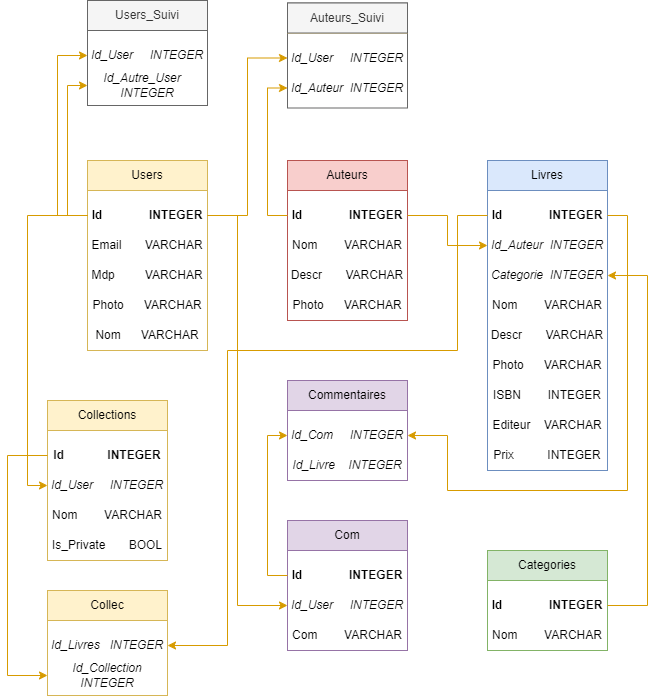
Yann-Fournier/BDD_Projet_Final_B2 keeps this draw.io diagram as Diagramme_BDD_Biblio.png. Above is the earlier version. Source tidied: cells renumbered, new cells last; positions are measured from the earlier drawing's top-left corner, leaving out a move shared by most shapes.
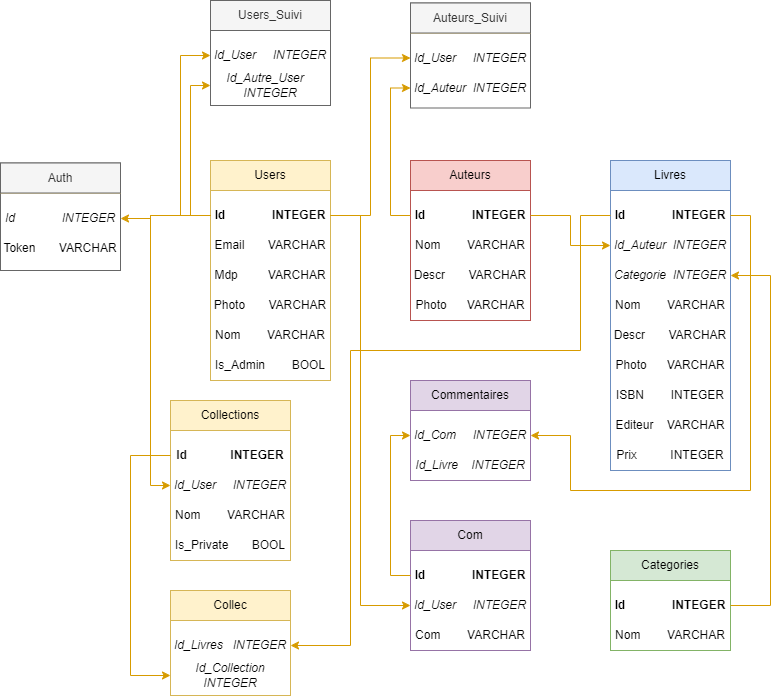
Later version of the same file.

Commit message:
add table auth MCD

The edit, as a diff of the source:
```diff
@@ -3,7 +3,7 @@
     <mxCell id="0" />
     <mxCell id="1" parent="0" />
     <mxCell id="2" style="rounded=0;whiteSpace=wrap;html=1;fillColor=default;strokeColor=#d6b656;" parent="1" vertex="1">
-      <mxGeometry x="80" y="160" width="120" height="190" as="geometry" />
+      <mxGeometry x="80" y="160" width="120" height="220" as="geometry" />
     </mxCell>
     <mxCell id="3" style="endArrow=none;html=1;rounded=0;entryX=0;entryY=0.25;entryDx=0;entryDy=0;exitX=1;exitY=0.25;exitDx=0;exitDy=0;fillColor=#fff2cc;strokeColor=#d6b656;" parent="1" edge="1">
       <mxGeometry relative="1" as="geometry">
@@ -42,13 +42,26 @@
         </Array>
       </mxGeometry>
     </mxCell>
+    <mxCell id="79" style="edgeStyle=orthogonalEdgeStyle;rounded=0;jettySize=auto;html=1;exitX=0;exitY=0.5;exitDx=0;exitDy=0;" parent="1" edge="1" source="11">
+      <mxGeometry relative="1" as="geometry">
+        <mxPoint x="80.1" y="215.3" as="targetPoint" />
+      </mxGeometry>
+    </mxCell>
+    <mxCell id="80" style="edgeStyle=orthogonalEdgeStyle;rounded=0;jettySize=auto;html=1;exitX=0;exitY=0.5;exitDx=0;exitDy=0;fillColor=#ffe6cc;strokeColor=#d79b00;" parent="1" edge="1" source="11" target="86">
+      <mxGeometry relative="1" as="geometry">
+        <Array as="points">
+          <mxPoint x="20" y="215" />
+          <mxPoint x="20" y="218" />
+        </Array>
+      </mxGeometry>
+    </mxCell>
     <mxCell id="11" value="&lt;b&gt;Id&amp;nbsp; &amp;nbsp; &amp;nbsp; &amp;nbsp; &amp;nbsp; &amp;nbsp; &amp;nbsp; INTEGER&lt;/b&gt;" style="text;html=1;align=center;verticalAlign=middle;whiteSpace=wrap;rounded=0;fillColor=none;" parent="1" vertex="1">
       <mxGeometry x="80" y="200" width="120" height="30" as="geometry" />
     </mxCell>
     <mxCell id="12" value="Mdp&amp;nbsp; &amp;nbsp; &amp;nbsp; &amp;nbsp; &amp;nbsp;VARCHAR" style="text;html=1;align=center;verticalAlign=middle;whiteSpace=wrap;rounded=0;" parent="1" vertex="1">
       <mxGeometry x="80" y="260" width="120" height="30" as="geometry" />
     </mxCell>
-    <mxCell id="13" value="Photo&amp;nbsp; &amp;nbsp; &amp;nbsp; VARCHAR" style="text;html=1;align=center;verticalAlign=middle;whiteSpace=wrap;rounded=0;" parent="1" vertex="1">
+    <mxCell id="13" value="Photo&amp;nbsp; &amp;nbsp; &amp;nbsp; &amp;nbsp;VARCHAR" style="text;html=1;align=center;verticalAlign=middle;whiteSpace=wrap;rounded=0;" parent="1" vertex="1">
       <mxGeometry x="80" y="290" width="120" height="30" as="geometry" />
     </mxCell>
     <mxCell id="14" style="rounded=0;whiteSpace=wrap;html=1;fillColor=default;strokeColor=#b85450;" parent="1" vertex="1">
@@ -81,7 +94,7 @@
     <mxCell id="22" value="Photo&amp;nbsp; &amp;nbsp; &amp;nbsp; VARCHAR" style="text;html=1;align=center;verticalAlign=middle;whiteSpace=wrap;rounded=0;" parent="1" vertex="1">
       <mxGeometry x="280" y="290" width="120" height="30" as="geometry" />
     </mxCell>
-    <mxCell id="23" value="Nom&amp;nbsp; &amp;nbsp; &amp;nbsp; VARCHAR" style="text;html=1;align=center;verticalAlign=middle;whiteSpace=wrap;rounded=0;" parent="1" vertex="1">
+    <mxCell id="23" value="Nom&amp;nbsp; &amp;nbsp; &amp;nbsp; &amp;nbsp; VARCHAR" style="text;html=1;align=center;verticalAlign=middle;whiteSpace=wrap;rounded=0;" parent="1" vertex="1">
       <mxGeometry x="80" y="320" width="120" height="30" as="geometry" />
     </mxCell>
     <mxCell id="24" style="rounded=0;whiteSpace=wrap;html=1;fillColor=default;strokeColor=#6c8ebf;" parent="1" vertex="1">
@@ -297,5 +310,26 @@
     <mxCell id="78" value="Is_Private&amp;nbsp; &amp;nbsp; &amp;nbsp; &amp;nbsp;BOOL" style="text;html=1;align=center;verticalAlign=middle;whiteSpace=wrap;rounded=0;" parent="1" vertex="1">
       <mxGeometry x="40" y="530" width="120" height="30" as="geometry" />
     </mxCell>
+    <mxCell id="81" value="Is_Admin&amp;nbsp; &amp;nbsp; &amp;nbsp; &amp;nbsp; BOOL" style="text;html=1;align=center;verticalAlign=middle;whiteSpace=wrap;rounded=0;" parent="1" vertex="1">
+      <mxGeometry x="80" y="350" width="120" height="30" as="geometry" />
+    </mxCell>
+    <mxCell id="82" style="rounded=0;whiteSpace=wrap;html=1;fillColor=default;strokeColor=#666666;fontColor=#333333;" parent="1" vertex="1">
+      <mxGeometry x="-130" y="162.5" width="120" height="107.5" as="geometry" />
+    </mxCell>
+    <mxCell id="83" style="endArrow=none;html=1;rounded=0;entryX=0;entryY=0.25;entryDx=0;entryDy=0;exitX=1;exitY=0.25;exitDx=0;exitDy=0;fillColor=#fff2cc;strokeColor=#d6b656;" parent="1" edge="1">
+      <mxGeometry relative="1" as="geometry">
+        <mxPoint x="-10" y="192.5" as="sourcePoint" />
+        <mxPoint x="-130" y="192.5" as="targetPoint" />
+      </mxGeometry>
+    </mxCell>
+    <mxCell id="84" value="Auth" style="text;html=1;align=center;verticalAlign=middle;whiteSpace=wrap;rounded=0;fillColor=#f5f5f5;strokeColor=#666666;fontColor=#333333;" parent="1" vertex="1">
+      <mxGeometry x="-130" y="162.5" width="120" height="30" as="geometry" />
+    </mxCell>
+    <mxCell id="85" value="Token&amp;nbsp; &amp;nbsp; &amp;nbsp; &amp;nbsp;VARCHAR" style="text;html=1;align=center;verticalAlign=middle;whiteSpace=wrap;rounded=0;" parent="1" vertex="1">
+      <mxGeometry x="-130" y="232.5" width="120" height="30" as="geometry" />
+    </mxCell>
+    <mxCell id="86" value="&lt;i&gt;Id&amp;nbsp; &amp;nbsp; &amp;nbsp; &amp;nbsp; &amp;nbsp; &amp;nbsp; &amp;nbsp; INTEGER&lt;/i&gt;" style="text;html=1;align=center;verticalAlign=middle;whiteSpace=wrap;rounded=0;fillColor=none;" parent="1" vertex="1">
+      <mxGeometry x="-130" y="202.5" width="120" height="30" as="geometry" />
+    </mxCell>
   </root>
 </mxGraphModel>
```
